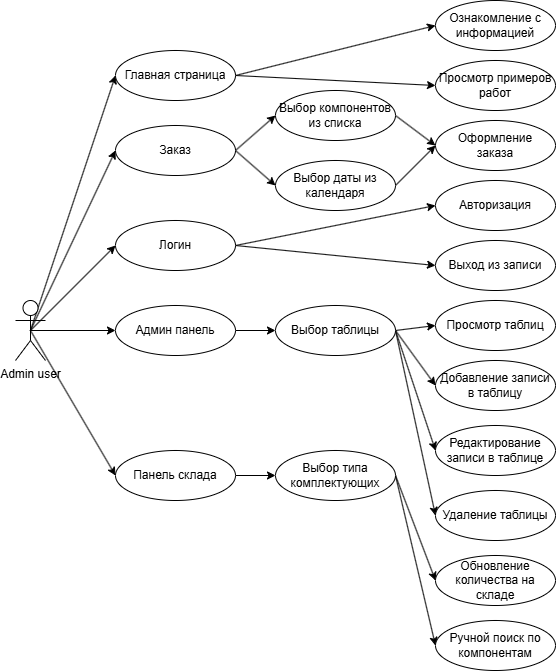
Earlier version of the draw.io export images/aduserdp.png (KilqGo/DiplomVKR). Source tidied: cells renumbered, new cells last; positions are measured from the earlier drawing's top-left corner, leaving out a move shared by most shapes.
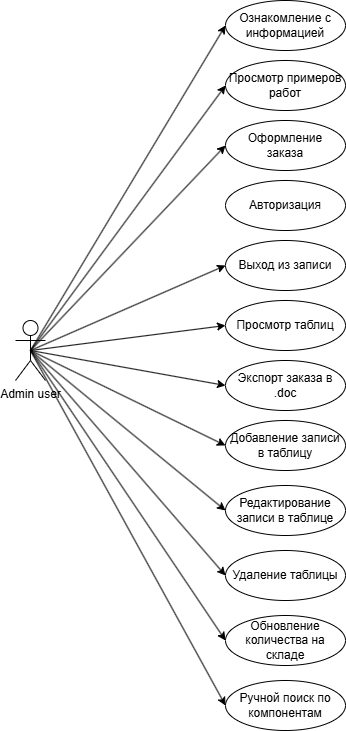
After the commit.

Change to the diagram source:
```diff
@@ -2,131 +2,77 @@
   <root>
     <mxCell id="0" />
     <mxCell id="1" parent="0" />
-    <mxCell id="2" style="rounded=0;jettySize=auto;html=1;exitX=0.5;exitY=0.5;exitDx=0;exitDy=0;exitPerimeter=0;entryX=0;entryY=0.5;entryDx=0;entryDy=0;" parent="1" edge="1" source="7" target="10">
-      <mxGeometry relative="1" as="geometry" />
-    </mxCell>
-    <mxCell id="3" style="rounded=0;jettySize=auto;html=1;exitX=0.5;exitY=0.5;exitDx=0;exitDy=0;exitPerimeter=0;entryX=0;entryY=0.5;entryDx=0;entryDy=0;" parent="1" edge="1" source="7" target="13">
-      <mxGeometry relative="1" as="geometry" />
-    </mxCell>
-    <mxCell id="4" style="rounded=0;jettySize=auto;html=1;exitX=0.5;exitY=0.5;exitDx=0;exitDy=0;exitPerimeter=0;entryX=0;entryY=0.5;entryDx=0;entryDy=0;" parent="1" edge="1" source="7" target="16">
-      <mxGeometry relative="1" as="geometry" />
-    </mxCell>
-    <mxCell id="5" style="edgeStyle=none;rounded=0;jettySize=auto;html=1;exitX=0.5;exitY=0.5;exitDx=0;exitDy=0;exitPerimeter=0;entryX=0;entryY=0.5;entryDx=0;entryDy=0;" parent="1" edge="1" source="7" target="27">
-      <mxGeometry relative="1" as="geometry" />
-    </mxCell>
-    <mxCell id="6" style="edgeStyle=none;rounded=0;jettySize=auto;html=1;exitX=0.5;exitY=0.5;exitDx=0;exitDy=0;exitPerimeter=0;entryX=0;entryY=0.5;entryDx=0;entryDy=0;" parent="1" edge="1" source="7" target="29">
-      <mxGeometry relative="1" as="geometry" />
-    </mxCell>
+    <mxCell id="44" style="edgeStyle=none;rounded=0;jettySize=auto;html=1;exitX=0.5;exitY=0.5;exitDx=0;exitDy=0;exitPerimeter=0;entryX=0;entryY=0.5;entryDx=0;entryDy=0;" parent="1" edge="1" source="7" target="18">
+      <mxGeometry relative="1" as="geometry" />
+    </mxCell>
+    <mxCell id="45" style="edgeStyle=none;rounded=0;jettySize=auto;html=1;exitX=0.5;exitY=0.5;exitDx=0;exitDy=0;exitPerimeter=0;entryX=0;entryY=0.5;entryDx=0;entryDy=0;" parent="1" edge="1" source="7" target="17">
+      <mxGeometry relative="1" as="geometry" />
+    </mxCell>
+    <mxCell id="46" style="edgeStyle=none;rounded=0;jettySize=auto;html=1;exitX=0.5;exitY=0.5;exitDx=0;exitDy=0;exitPerimeter=0;entryX=0;entryY=0.5;entryDx=0;entryDy=0;" parent="1" edge="1" source="7" target="25">
+      <mxGeometry relative="1" as="geometry" />
+    </mxCell>
+    <mxCell id="47" style="edgeStyle=none;rounded=0;jettySize=auto;html=1;exitX=0.5;exitY=0.5;exitDx=0;exitDy=0;exitPerimeter=0;entryX=0;entryY=0.5;entryDx=0;entryDy=0;" parent="1" edge="1" source="7" target="19">
+      <mxGeometry relative="1" as="geometry" />
+    </mxCell>
+    <mxCell id="48" style="edgeStyle=none;rounded=0;jettySize=auto;html=1;exitX=0.5;exitY=0.5;exitDx=0;exitDy=0;exitPerimeter=0;entryX=0;entryY=0.5;entryDx=0;entryDy=0;" parent="1" edge="1" source="7" target="35">
+      <mxGeometry relative="1" as="geometry" />
+    </mxCell>
+    <mxCell id="49" style="edgeStyle=none;rounded=0;jettySize=auto;html=1;exitX=0.5;exitY=0.5;exitDx=0;exitDy=0;exitPerimeter=0;entryX=0;entryY=0.5;entryDx=0;entryDy=0;" parent="1" edge="1" source="7" target="55">
+      <mxGeometry relative="1" as="geometry" />
+    </mxCell>
+    <mxCell id="50" style="edgeStyle=none;rounded=0;jettySize=auto;html=1;exitX=0.5;exitY=0.5;exitDx=0;exitDy=0;exitPerimeter=0;entryX=0;entryY=0.5;entryDx=0;entryDy=0;" parent="1" edge="1" source="7" target="41">
+      <mxGeometry relative="1" as="geometry" />
+    </mxCell>
+    <mxCell id="51" style="edgeStyle=none;rounded=0;jettySize=auto;html=1;exitX=0.5;exitY=0.5;exitDx=0;exitDy=0;exitPerimeter=0;entryX=0;entryY=0.5;entryDx=0;entryDy=0;" parent="1" edge="1" source="7" target="42">
+      <mxGeometry relative="1" as="geometry" />
+    </mxCell>
+    <mxCell id="52" style="edgeStyle=none;rounded=0;jettySize=auto;html=1;exitX=0.5;exitY=0.5;exitDx=0;exitDy=0;exitPerimeter=0;entryX=0;entryY=0.5;entryDx=0;entryDy=0;" parent="1" edge="1" source="7" target="43">
+      <mxGeometry relative="1" as="geometry" />
+    </mxCell>
+    <mxCell id="53" style="edgeStyle=none;rounded=0;jettySize=auto;html=1;exitX=0.5;exitY=0.5;exitDx=0;exitDy=0;exitPerimeter=0;entryX=0;entryY=0.5;entryDx=0;entryDy=0;" parent="1" edge="1" source="7" target="34">
+      <mxGeometry relative="1" as="geometry" />
+    </mxCell>
+    <mxCell id="54" style="edgeStyle=none;rounded=0;jettySize=auto;html=1;exitX=0.5;exitY=0.5;exitDx=0;exitDy=0;exitPerimeter=0;entryX=0;entryY=0.5;entryDx=0;entryDy=0;" parent="1" edge="1" source="7" target="33">
+      <mxGeometry relative="1" as="geometry" />
+    </mxCell>
     <mxCell id="7" value="Admin user" style="shape=umlActor;verticalLabelPosition=bottom;verticalAlign=top;html=1;outlineConnect=0;" parent="1" vertex="1">
       <mxGeometry y="300" width="30" height="60" as="geometry" />
     </mxCell>
-    <mxCell id="8" style="rounded=0;jettySize=auto;html=1;exitX=1;exitY=0.5;exitDx=0;exitDy=0;entryX=0;entryY=0.5;entryDx=0;entryDy=0;" parent="1" edge="1" source="10" target="17">
-      <mxGeometry relative="1" as="geometry" />
-    </mxCell>
-    <mxCell id="9" style="rounded=0;jettySize=auto;html=1;exitX=1;exitY=0.5;exitDx=0;exitDy=0;entryX=0;entryY=0.5;entryDx=0;entryDy=0;" parent="1" edge="1" source="10" target="18">
-      <mxGeometry relative="1" as="geometry" />
-    </mxCell>
-    <mxCell id="10" value="Главная страница" style="ellipse;whiteSpace=wrap;html=1;" parent="1" vertex="1">
-      <mxGeometry x="100" y="50" width="120" height="50" as="geometry" />
-    </mxCell>
-    <mxCell id="11" style="edgeStyle=none;rounded=0;jettySize=auto;html=1;exitX=1;exitY=0.5;exitDx=0;exitDy=0;entryX=0;entryY=0.5;entryDx=0;entryDy=0;" parent="1" edge="1" source="13" target="22">
-      <mxGeometry relative="1" as="geometry" />
-    </mxCell>
-    <mxCell id="12" style="edgeStyle=none;rounded=0;jettySize=auto;html=1;exitX=1;exitY=0.5;exitDx=0;exitDy=0;entryX=0;entryY=0.5;entryDx=0;entryDy=0;" parent="1" edge="1" source="13" target="24">
-      <mxGeometry relative="1" as="geometry" />
-    </mxCell>
-    <mxCell id="13" value="Заказ" style="ellipse;whiteSpace=wrap;html=1;" parent="1" vertex="1">
-      <mxGeometry x="100" y="125" width="120" height="50" as="geometry" />
-    </mxCell>
-    <mxCell id="14" style="edgeStyle=none;rounded=0;jettySize=auto;html=1;exitX=1;exitY=0.5;exitDx=0;exitDy=0;entryX=0;entryY=0.5;entryDx=0;entryDy=0;" parent="1" edge="1" source="16" target="20">
-      <mxGeometry relative="1" as="geometry" />
-    </mxCell>
-    <mxCell id="15" style="edgeStyle=none;rounded=0;jettySize=auto;html=1;exitX=1;exitY=0.5;exitDx=0;exitDy=0;entryX=0;entryY=0.5;entryDx=0;entryDy=0;" parent="1" edge="1" source="16" target="19">
-      <mxGeometry relative="1" as="geometry" />
-    </mxCell>
-    <mxCell id="16" value="Логин" style="ellipse;whiteSpace=wrap;html=1;" parent="1" vertex="1">
-      <mxGeometry x="100" y="220" width="120" height="50" as="geometry" />
-    </mxCell>
     <mxCell id="17" value="Просмотр примеров работ" style="ellipse;whiteSpace=wrap;html=1;" parent="1" vertex="1">
-      <mxGeometry x="420" y="60" width="120" height="50" as="geometry" />
+      <mxGeometry x="210" y="40" width="120" height="50" as="geometry" />
     </mxCell>
     <mxCell id="18" value="Ознакомление с информацией" style="ellipse;whiteSpace=wrap;html=1;" parent="1" vertex="1">
-      <mxGeometry x="420" width="120" height="50" as="geometry" />
+      <mxGeometry x="210" y="-20" width="120" height="50" as="geometry" />
     </mxCell>
     <mxCell id="19" value="Выход из записи" style="ellipse;whiteSpace=wrap;html=1;" parent="1" vertex="1">
-      <mxGeometry x="420" y="240" width="120" height="50" as="geometry" />
+      <mxGeometry x="210" y="220" width="120" height="50" as="geometry" />
     </mxCell>
     <mxCell id="20" value="Авторизация" style="ellipse;whiteSpace=wrap;html=1;" parent="1" vertex="1">
-      <mxGeometry x="420" y="180" width="120" height="50" as="geometry" />
+      <mxGeometry x="210" y="160" width="120" height="50" as="geometry" />
     </mxCell>
-    <mxCell id="21" style="edgeStyle=none;rounded=0;jettySize=auto;html=1;exitX=1;exitY=0.5;exitDx=0;exitDy=0;entryX=0;entryY=0.5;entryDx=0;entryDy=0;" parent="1" edge="1" source="22" target="25">
-      <mxGeometry relative="1" as="geometry" />
-    </mxCell>
-    <mxCell id="22" value="Выбор компонентов&lt;div&gt;из списка&lt;/div&gt;" style="ellipse;whiteSpace=wrap;html=1;" parent="1" vertex="1">
-      <mxGeometry x="260" y="90" width="120" height="50" as="geometry" />
-    </mxCell>
-    <mxCell id="23" style="edgeStyle=none;rounded=0;jettySize=auto;html=1;exitX=1;exitY=0.5;exitDx=0;exitDy=0;entryX=0;entryY=0.5;entryDx=0;entryDy=0;" parent="1" edge="1" source="24" target="25">
-      <mxGeometry relative="1" as="geometry" />
-    </mxCell>
-    <mxCell id="24" value="Выбор даты из календаря" style="ellipse;whiteSpace=wrap;html=1;" parent="1" vertex="1">
-      <mxGeometry x="260" y="160" width="120" height="50" as="geometry" />
-    </mxCell>
     <mxCell id="25" value="Оформление&lt;div&gt;заказа&lt;/div&gt;" style="ellipse;whiteSpace=wrap;html=1;" parent="1" vertex="1">
-      <mxGeometry x="420" y="120" width="120" height="50" as="geometry" />
+      <mxGeometry x="210" y="100" width="120" height="50" as="geometry" />
     </mxCell>
-    <mxCell id="26" style="edgeStyle=none;rounded=0;jettySize=auto;html=1;exitX=1;exitY=0.5;exitDx=0;exitDy=0;entryX=0;entryY=0.5;entryDx=0;entryDy=0;" parent="1" edge="1" source="27" target="40">
-      <mxGeometry relative="1" as="geometry" />
-    </mxCell>
-    <mxCell id="27" value="Админ панель" style="ellipse;whiteSpace=wrap;html=1;" parent="1" vertex="1">
-      <mxGeometry x="100" y="305" width="120" height="50" as="geometry" />
-    </mxCell>
-    <mxCell id="28" style="edgeStyle=none;rounded=0;jettySize=auto;html=1;exitX=1;exitY=0.5;exitDx=0;exitDy=0;entryX=0;entryY=0.5;entryDx=0;entryDy=0;" parent="1" edge="1" source="29" target="32">
-      <mxGeometry relative="1" as="geometry" />
-    </mxCell>
-    <mxCell id="29" value="Панель склада" style="ellipse;whiteSpace=wrap;html=1;" parent="1" vertex="1">
-      <mxGeometry x="100" y="450" width="120" height="50" as="geometry" />
-    </mxCell>
-    <mxCell id="30" style="edgeStyle=none;rounded=0;jettySize=auto;html=1;exitX=1;exitY=0.5;exitDx=0;exitDy=0;entryX=0;entryY=0.5;entryDx=0;entryDy=0;" parent="1" edge="1" source="32" target="33">
-      <mxGeometry relative="1" as="geometry" />
-    </mxCell>
-    <mxCell id="31" style="edgeStyle=none;rounded=0;jettySize=auto;html=1;exitX=1;exitY=0.5;exitDx=0;exitDy=0;entryX=0;entryY=0.5;entryDx=0;entryDy=0;" parent="1" edge="1" source="32" target="34">
-      <mxGeometry relative="1" as="geometry" />
-    </mxCell>
-    <mxCell id="32" value="Выбор типа комплектующих" style="ellipse;whiteSpace=wrap;html=1;" parent="1" vertex="1">
-      <mxGeometry x="260" y="450" width="120" height="50" as="geometry" />
-    </mxCell>
     <mxCell id="33" value="Ручной поиск по компонентам" style="ellipse;whiteSpace=wrap;html=1;" parent="1" vertex="1">
-      <mxGeometry x="420" y="620" width="120" height="50" as="geometry" />
+      <mxGeometry x="210" y="660" width="120" height="50" as="geometry" />
     </mxCell>
     <mxCell id="34" value="Обновление количества на складе" style="ellipse;whiteSpace=wrap;html=1;" parent="1" vertex="1">
-      <mxGeometry x="420" y="555" width="120" height="50" as="geometry" />
+      <mxGeometry x="210" y="595" width="120" height="50" as="geometry" />
     </mxCell>
     <mxCell id="35" value="Просмотр таблиц" style="ellipse;whiteSpace=wrap;html=1;" parent="1" vertex="1">
-      <mxGeometry x="420" y="300" width="120" height="50" as="geometry" />
+      <mxGeometry x="210" y="280" width="120" height="50" as="geometry" />
     </mxCell>
-    <mxCell id="36" style="edgeStyle=none;rounded=0;jettySize=auto;html=1;exitX=1;exitY=0.5;exitDx=0;exitDy=0;entryX=0;entryY=0.5;entryDx=0;entryDy=0;" parent="1" edge="1" source="40" target="41">
-      <mxGeometry relative="1" as="geometry" />
-    </mxCell>
-    <mxCell id="37" style="edgeStyle=none;rounded=0;jettySize=auto;html=1;exitX=1;exitY=0.5;exitDx=0;exitDy=0;entryX=0;entryY=0.5;entryDx=0;entryDy=0;" parent="1" edge="1" source="40" target="42">
-      <mxGeometry relative="1" as="geometry" />
-    </mxCell>
-    <mxCell id="38" style="edgeStyle=none;rounded=0;jettySize=auto;html=1;exitX=1;exitY=0.5;exitDx=0;exitDy=0;entryX=0;entryY=0.5;entryDx=0;entryDy=0;" parent="1" edge="1" source="40" target="43">
-      <mxGeometry relative="1" as="geometry" />
-    </mxCell>
-    <mxCell id="39" style="edgeStyle=none;rounded=0;jettySize=auto;html=1;exitX=1;exitY=0.5;exitDx=0;exitDy=0;entryX=0;entryY=0.5;entryDx=0;entryDy=0;" parent="1" edge="1" source="40" target="35">
-      <mxGeometry relative="1" as="geometry" />
-    </mxCell>
-    <mxCell id="40" value="Выбор таблицы" style="ellipse;whiteSpace=wrap;html=1;" parent="1" vertex="1">
-      <mxGeometry x="260" y="305" width="120" height="50" as="geometry" />
-    </mxCell>
     <mxCell id="41" value="Добавление записи в таблицу" style="ellipse;whiteSpace=wrap;html=1;" parent="1" vertex="1">
-      <mxGeometry x="420" y="360" width="120" height="50" as="geometry" />
+      <mxGeometry x="210" y="400" width="120" height="50" as="geometry" />
     </mxCell>
     <mxCell id="42" value="Редактирование записи в таблице" style="ellipse;whiteSpace=wrap;html=1;" parent="1" vertex="1">
-      <mxGeometry x="420" y="425" width="120" height="50" as="geometry" />
+      <mxGeometry x="210" y="465" width="120" height="50" as="geometry" />
     </mxCell>
     <mxCell id="43" value="Удаление таблицы" style="ellipse;whiteSpace=wrap;html=1;" parent="1" vertex="1">
-      <mxGeometry x="420" y="490" width="120" height="50" as="geometry" />
+      <mxGeometry x="210" y="530" width="120" height="50" as="geometry" />
     </mxCell>
+    <mxCell id="55" value="Экспорт заказа в&lt;div&gt;.doc&lt;/div&gt;" style="ellipse;whiteSpace=wrap;html=1;" parent="1" vertex="1">
+      <mxGeometry x="210" y="340" width="120" height="50" as="geometry" />
+    </mxCell>
   </root>
 </mxGraphModel>
```
